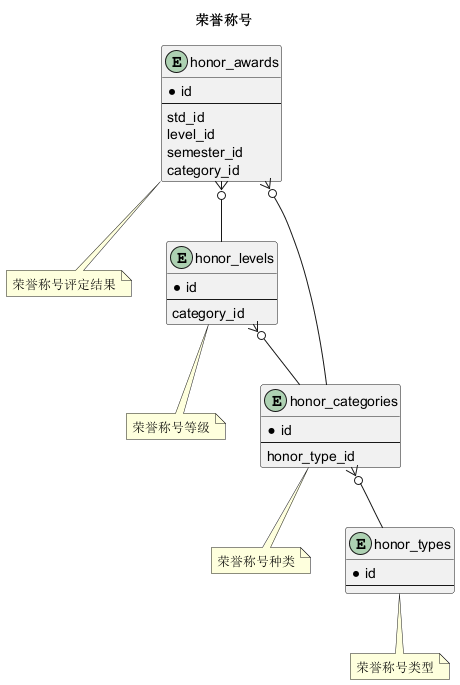
Before: model/std/award/images/honor.png, a diagram exported from PlantUML (openurp/openurp.github.io).
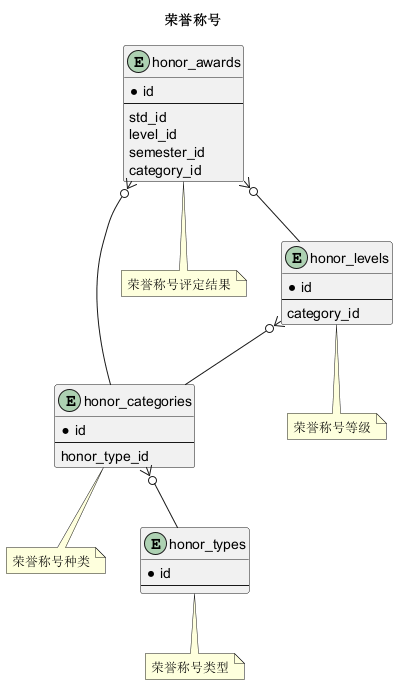
Above is the later version.

What changed in the source:
```diff
@@ -1,5 +1,20 @@
 @startuml
 title 荣誉称号
+
+entity honor_categories{
+ * id
+ --
+  honor_type_id
+}
+note "荣誉称号种类" as honor_categories_comments
+honor_categories .. honor_categories_comments
+
+entity honor_types{
+ * id
+ --
+}
+note "荣誉称号类型" as honor_types_comments
+honor_types .. honor_types_comments
 
 entity honor_awards{
  * id
@@ -20,24 +35,9 @@
 note "荣誉称号等级" as honor_levels_comments
 honor_levels .. honor_levels_comments
 
-entity honor_categories{
- * id
- --
-  honor_type_id
-}
-note "荣誉称号种类" as honor_categories_comments
-honor_categories .. honor_categories_comments
 
-entity honor_types{
- * id
- --
-}
-note "荣誉称号类型" as honor_types_comments
-honor_types .. honor_types_comments
-
-
+   honor_categories }o--  honor_types
    honor_awards }o--  honor_levels
    honor_awards }o--  honor_categories
    honor_levels }o--  honor_categories
-   honor_categories }o--  honor_types
 @enduml
```
